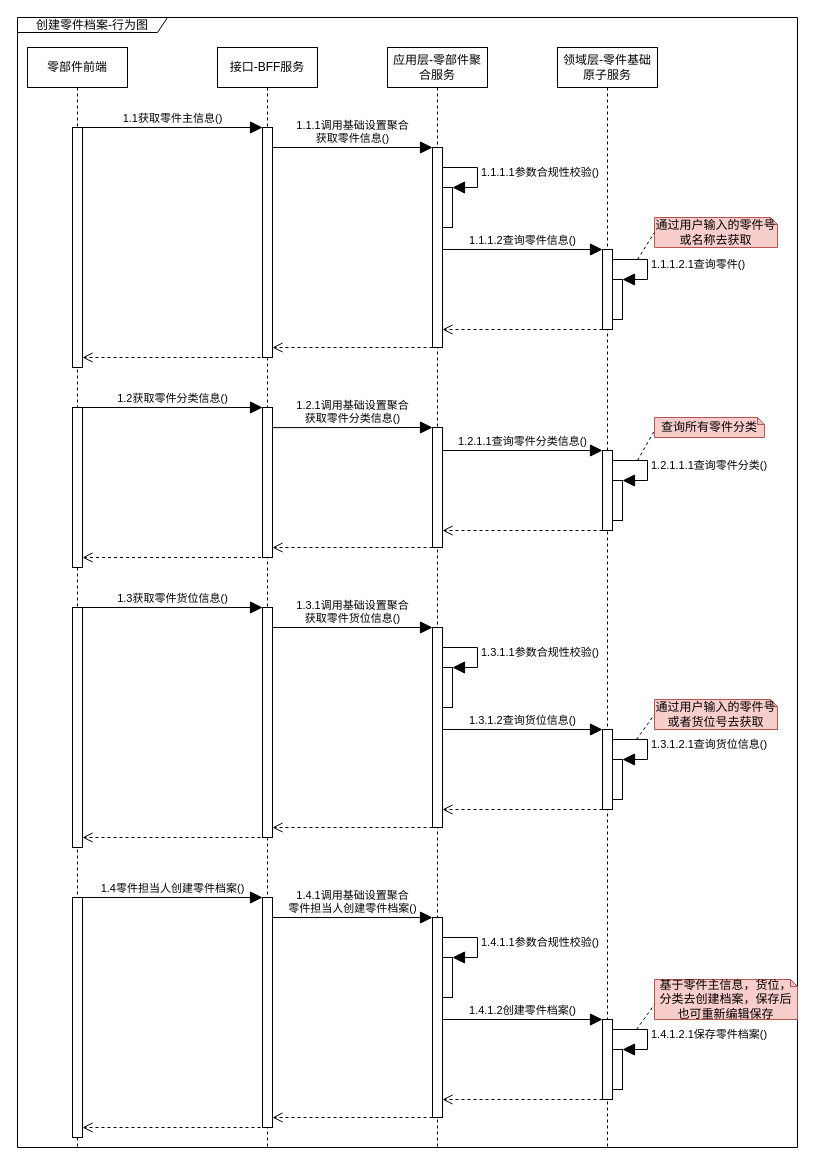
Before: page "零件档案管理-行为图" (2 of 4) of 库存管理-零件档案管理.drawio in 1132489442/gitRepository1, a draw.io diagram. Source tidied: cells renumbered, new cells numbered last; positions are measured from the earlier drawing's top-left corner, leaving out a move shared by most shapes. Both pictures are drawn from the tidied source at 100%, with x=0, y=0 at pixel (17, 17).
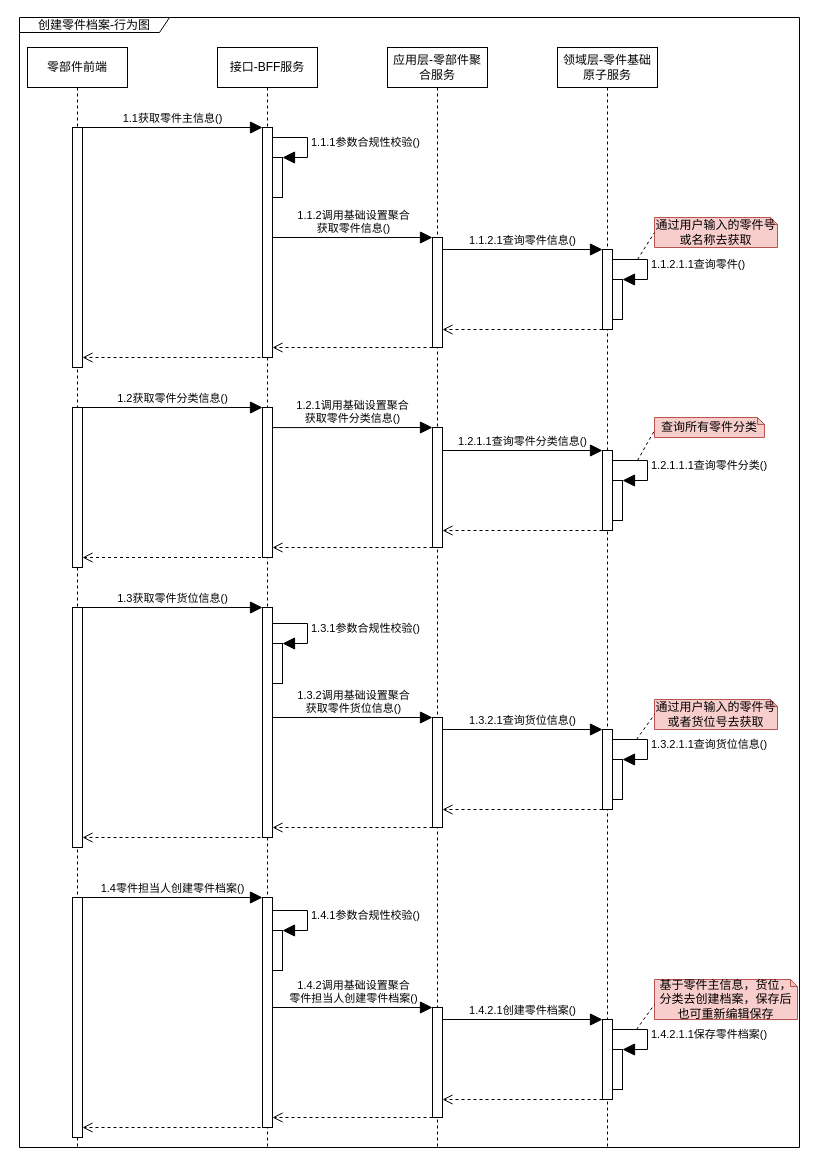
The same page after the edit.

Unchanged cells that the change refers to:
```xml
<mxCell id="5" style="html=1;points=[];perimeter=orthogonalPerimeter;fillColor=#FFFFFF;" parent="4" vertex="1">
  <mxGeometry x="45" y="80" width="10" height="230" as="geometry" />
</mxCell>
<mxCell id="8" value="领域层-零件基础原子服务" style="shape=umlLifeline;perimeter=lifelinePerimeter;whiteSpace=wrap;html=1;fillColor=#FFFFFF;" parent="1" vertex="1">
  <mxGeometry x="540" y="30" width="100" height="1100" as="geometry" />
</mxCell>
<mxCell id="9" style="html=1;points=[];perimeter=orthogonalPerimeter;fillColor=#FFFFFF;" parent="8" vertex="1">
  <mxGeometry x="45" y="202" width="10" height="80" as="geometry" />
</mxCell>
<mxCell id="10" style="html=1;points=[];perimeter=orthogonalPerimeter;fillColor=#FFFFFF;" parent="8" vertex="1">
  <mxGeometry x="55" y="232" width="10" height="40" as="geometry" />
</mxCell>
<mxCell id="12" value="应用层-零部件聚合服务" style="shape=umlLifeline;perimeter=lifelinePerimeter;whiteSpace=wrap;html=1;fillColor=#FFFFFF;" parent="1" vertex="1">
  <mxGeometry x="370" y="30" width="100" height="1100" as="geometry" />
</mxCell>
<mxCell id="35" style="html=1;points=[];perimeter=orthogonalPerimeter;fillColor=#FFFFFF;" parent="1" vertex="1">
  <mxGeometry x="245" y="590" width="10" height="230" as="geometry" />
</mxCell>
<mxCell id="37" style="html=1;points=[];perimeter=orthogonalPerimeter;fillColor=#FFFFFF;" parent="1" vertex="1">
  <mxGeometry x="585" y="712" width="10" height="80" as="geometry" />
</mxCell>
<mxCell id="38" style="html=1;points=[];perimeter=orthogonalPerimeter;fillColor=#FFFFFF;" parent="1" vertex="1">
  <mxGeometry x="595" y="742" width="10" height="40" as="geometry" />
</mxCell>
<mxCell id="50" style="html=1;points=[];perimeter=orthogonalPerimeter;fillColor=#FFFFFF;" parent="1" vertex="1">
  <mxGeometry x="245" y="880" width="10" height="230" as="geometry" />
</mxCell>
<mxCell id="52" style="html=1;points=[];perimeter=orthogonalPerimeter;fillColor=#FFFFFF;" parent="1" vertex="1">
  <mxGeometry x="585" y="1002" width="10" height="80" as="geometry" />
</mxCell>
<mxCell id="53" style="html=1;points=[];perimeter=orthogonalPerimeter;fillColor=#FFFFFF;" parent="1" vertex="1">
  <mxGeometry x="595" y="1032" width="10" height="40" as="geometry" />
</mxCell>
```

What changed in the source:
```diff
@@
     <mxCell id="7" value="创建零件档案-行为图" style="shape=umlFrame;whiteSpace=wrap;html=1;fillColor=#FFFFFF;width=150;height=15;" parent="1" vertex="1">
-      <mxGeometry width="780" height="1130" as="geometry" />
+      <mxGeometry x="2" width="780" height="1130" as="geometry" />
     </mxCell>
@@
-    <mxCell id="11" value="1.1.1.2.1查询零件()" style="edgeStyle=orthogonalEdgeStyle;html=1;align=left;spacingLeft=2;endArrow=block;rounded=0;entryX=1;entryY=0;endSize=10;exitX=0.987;exitY=0.125;exitDx=0;exitDy=0;exitPerimeter=0;" parent="8" edge="1" source="9" target="10">
+    <mxCell id="11" value="1.1.2.1.1查询零件()" style="edgeStyle=orthogonalEdgeStyle;html=1;align=left;spacingLeft=2;endArrow=block;rounded=0;entryX=1;entryY=0;endSize=10;exitX=0.987;exitY=0.125;exitDx=0;exitDy=0;exitPerimeter=0;" parent="8" edge="1" source="9" target="10">
       <mxGeometry relative="1" as="geometry">
         <Array as="points">
           <mxPoint x="90" y="212" />
           <mxPoint x="90" y="232" />
         </Array>
       </mxGeometry>
     </mxCell>
@@
     <mxCell id="13" style="html=1;points=[];perimeter=orthogonalPerimeter;fillColor=#FFFFFF;" parent="12" vertex="1">
-      <mxGeometry x="45" y="100" width="10" height="200" as="geometry" />
+      <mxGeometry x="45" y="190" width="10" height="110" as="geometry" />
     </mxCell>
-    <mxCell id="14" value="1.1.1调用基础设置聚合&lt;br&gt;获取零件信息()" style="html=1;verticalAlign=bottom;endArrow=block;rounded=0;endSize=10;exitX=1.046;exitY=0.087;exitDx=0;exitDy=0;exitPerimeter=0;" parent="12" edge="1" source="5">
+    <mxCell id="14" value="1.1.2调用基础设置聚合&lt;br&gt;获取零件信息()" style="html=1;verticalAlign=bottom;endArrow=block;rounded=0;endSize=10;exitX=1.046;exitY=0.087;exitDx=0;exitDy=0;exitPerimeter=0;" parent="12" edge="1">
       <mxGeometry relative="1" as="geometry">
-        <mxPoint x="45" y="100" as="targetPoint" />
+        <mxPoint x="-114.5" y="190" as="sourcePoint" />
+        <mxPoint x="45" y="190" as="targetPoint" />
       </mxGeometry>
     </mxCell>
     <mxCell id="15" style="html=1;points=[];perimeter=orthogonalPerimeter;fillColor=#FFFFFF;" parent="12" vertex="1">
-      <mxGeometry x="55" y="140" width="10" height="40" as="geometry" />
+      <mxGeometry x="-115" y="110" width="10" height="40" as="geometry" />
     </mxCell>
-    <mxCell id="16" value="1.1.1.1参数合规性校验()" style="edgeStyle=orthogonalEdgeStyle;html=1;align=left;spacingLeft=2;endArrow=block;rounded=0;entryX=1;entryY=0;endSize=10;exitX=1.041;exitY=0.1;exitDx=0;exitDy=0;exitPerimeter=0;" parent="12" edge="1" source="13" target="15">
+    <mxCell id="16" value="1.1.1参数合规性校验()" style="edgeStyle=orthogonalEdgeStyle;html=1;align=left;spacingLeft=2;endArrow=block;rounded=0;entryX=1;entryY=0;endSize=10;exitX=1.041;exitY=0.1;exitDx=0;exitDy=0;exitPerimeter=0;" parent="12" edge="1" target="15">
       <mxGeometry relative="1" as="geometry">
+        <mxPoint x="-114.6" y="90" as="sourcePoint" />
         <Array as="points">
-          <mxPoint x="90" y="120" />
-          <mxPoint x="90" y="140" />
+          <mxPoint x="-80" y="90" />
+          <mxPoint x="-80" y="110" />
         </Array>
       </mxGeometry>
     </mxCell>
@@
-    <mxCell id="18" value="1.1.1.2查询零件信息()" style="html=1;verticalAlign=bottom;endArrow=block;entryX=0;entryY=0;rounded=0;endSize=10;" parent="1" edge="1" target="9">
+    <mxCell id="18" value="1.1.2.1查询零件信息()" style="html=1;verticalAlign=bottom;endArrow=block;entryX=0;entryY=0;rounded=0;endSize=10;" parent="1" edge="1" target="9">
       <mxGeometry relative="1" as="geometry">
         <mxPoint x="425" y="232" as="sourcePoint" />
       </mxGeometry>
     </mxCell>
@@
-    <mxCell id="39" value="1.3.1.2.1查询货位信息()" style="edgeStyle=orthogonalEdgeStyle;html=1;align=left;spacingLeft=2;endArrow=block;rounded=0;entryX=1;entryY=0;endSize=10;exitX=0.987;exitY=0.125;exitDx=0;exitDy=0;exitPerimeter=0;" parent="1" edge="1" source="37" target="38">
+    <mxCell id="39" value="1.3.2.1.1查询货位信息()" style="edgeStyle=orthogonalEdgeStyle;html=1;align=left;spacingLeft=2;endArrow=block;rounded=0;entryX=1;entryY=0;endSize=10;exitX=0.987;exitY=0.125;exitDx=0;exitDy=0;exitPerimeter=0;" parent="1" edge="1" source="37" target="38">
       <mxGeometry relative="1" as="geometry">
         <Array as="points">
           <mxPoint x="630" y="722" />
           <mxPoint x="630" y="742" />
         </Array>
       </mxGeometry>
     </mxCell>
     <mxCell id="40" style="html=1;points=[];perimeter=orthogonalPerimeter;fillColor=#FFFFFF;" parent="1" vertex="1">
-      <mxGeometry x="415" y="610" width="10" height="200" as="geometry" />
+      <mxGeometry x="415" y="700" width="10" height="110" as="geometry" />
     </mxCell>
-    <mxCell id="41" value="1.3.1调用基础设置聚合&lt;br&gt;获取零件货位信息()" style="html=1;verticalAlign=bottom;endArrow=block;rounded=0;endSize=10;exitX=1.046;exitY=0.087;exitDx=0;exitDy=0;exitPerimeter=0;" parent="1" edge="1" source="35">
+    <mxCell id="41" value="1.3.2调用基础设置聚合&lt;br&gt;获取零件货位信息()" style="html=1;verticalAlign=bottom;endArrow=block;rounded=0;endSize=10;exitX=1.046;exitY=0.087;exitDx=0;exitDy=0;exitPerimeter=0;" parent="1" edge="1">
       <mxGeometry relative="1" as="geometry">
-        <mxPoint x="415" y="610" as="targetPoint" />
+        <mxPoint x="255.5" y="700" as="sourcePoint" />
+        <mxPoint x="415" y="700" as="targetPoint" />
       </mxGeometry>
     </mxCell>
     <mxCell id="42" style="html=1;points=[];perimeter=orthogonalPerimeter;fillColor=#FFFFFF;" parent="1" vertex="1">
-      <mxGeometry x="425" y="650" width="10" height="40" as="geometry" />
+      <mxGeometry x="255" y="626" width="10" height="40" as="geometry" />
     </mxCell>
-    <mxCell id="43" value="1.3.1.1参数合规性校验()" style="edgeStyle=orthogonalEdgeStyle;html=1;align=left;spacingLeft=2;endArrow=block;rounded=0;entryX=1;entryY=0;endSize=10;exitX=1.041;exitY=0.1;exitDx=0;exitDy=0;exitPerimeter=0;" parent="1" edge="1" source="40" target="42">
+    <mxCell id="43" value="1.3.1参数合规性校验()" style="edgeStyle=orthogonalEdgeStyle;html=1;align=left;spacingLeft=2;endArrow=block;rounded=0;entryX=1;entryY=0;endSize=10;exitX=1.041;exitY=0.1;exitDx=0;exitDy=0;exitPerimeter=0;" parent="1" edge="1" target="42">
       <mxGeometry relative="1" as="geometry">
+        <mxPoint x="255.4" y="606" as="sourcePoint" />
         <Array as="points">
-          <mxPoint x="460" y="630" />
-          <mxPoint x="460" y="650" />
+          <mxPoint x="290" y="606" />
+          <mxPoint x="290" y="626" />
         </Array>
       </mxGeometry>
     </mxCell>
@@
-    <mxCell id="45" value="1.3.1.2查询货位信息()" style="html=1;verticalAlign=bottom;endArrow=block;entryX=0;entryY=0;rounded=0;endSize=10;" parent="1" edge="1" target="37">
+    <mxCell id="45" value="1.3.2.1查询货位信息()" style="html=1;verticalAlign=bottom;endArrow=block;entryX=0;entryY=0;rounded=0;endSize=10;" parent="1" edge="1" target="37">
       <mxGeometry relative="1" as="geometry">
         <mxPoint x="425" y="712" as="sourcePoint" />
       </mxGeometry>
     </mxCell>
@@
-    <mxCell id="54" value="1.4.1.2.1保存零件档案()" style="edgeStyle=orthogonalEdgeStyle;html=1;align=left;spacingLeft=2;endArrow=block;rounded=0;entryX=1;entryY=0;endSize=10;exitX=0.987;exitY=0.125;exitDx=0;exitDy=0;exitPerimeter=0;" parent="1" edge="1" source="52" target="53">
+    <mxCell id="54" value="1.4.2.1.1保存零件档案()" style="edgeStyle=orthogonalEdgeStyle;html=1;align=left;spacingLeft=2;endArrow=block;rounded=0;entryX=1;entryY=0;endSize=10;exitX=0.987;exitY=0.125;exitDx=0;exitDy=0;exitPerimeter=0;" parent="1" edge="1" source="52" target="53">
       <mxGeometry relative="1" as="geometry">
         <Array as="points">
           <mxPoint x="630" y="1012" />
           <mxPoint x="630" y="1032" />
         </Array>
       </mxGeometry>
     </mxCell>
     <mxCell id="55" style="html=1;points=[];perimeter=orthogonalPerimeter;fillColor=#FFFFFF;" parent="1" vertex="1">
-      <mxGeometry x="415" y="900" width="10" height="200" as="geometry" />
+      <mxGeometry x="415" y="990" width="10" height="110" as="geometry" />
     </mxCell>
-    <mxCell id="56" value="1.4.1调用基础设置聚合&lt;br&gt;零件担当人创建零件档案()" style="html=1;verticalAlign=bottom;endArrow=block;rounded=0;endSize=10;exitX=1.046;exitY=0.087;exitDx=0;exitDy=0;exitPerimeter=0;" parent="1" edge="1" source="50">
+    <mxCell id="56" value="1.4.2调用基础设置聚合&lt;br&gt;零件担当人创建零件档案()" style="html=1;verticalAlign=bottom;endArrow=block;rounded=0;endSize=10;exitX=1.046;exitY=0.087;exitDx=0;exitDy=0;exitPerimeter=0;" parent="1" edge="1">
       <mxGeometry relative="1" as="geometry">
-        <mxPoint x="415" y="900" as="targetPoint" />
+        <mxPoint x="255.5" y="990" as="sourcePoint" />
+        <mxPoint x="415" y="990" as="targetPoint" />
       </mxGeometry>
     </mxCell>
     <mxCell id="57" style="html=1;points=[];perimeter=orthogonalPerimeter;fillColor=#FFFFFF;" parent="1" vertex="1">
-      <mxGeometry x="425" y="940" width="10" height="40" as="geometry" />
+      <mxGeometry x="255" y="913" width="10" height="40" as="geometry" />
     </mxCell>
-    <mxCell id="58" value="1.4.1.1参数合规性校验()" style="edgeStyle=orthogonalEdgeStyle;html=1;align=left;spacingLeft=2;endArrow=block;rounded=0;entryX=1;entryY=0;endSize=10;exitX=1.041;exitY=0.1;exitDx=0;exitDy=0;exitPerimeter=0;" parent="1" edge="1" source="55" target="57">
+    <mxCell id="58" value="1.4.1参数合规性校验()" style="edgeStyle=orthogonalEdgeStyle;html=1;align=left;spacingLeft=2;endArrow=block;rounded=0;entryX=1;entryY=0;endSize=10;exitX=1.041;exitY=0.1;exitDx=0;exitDy=0;exitPerimeter=0;" parent="1" edge="1" target="57">
       <mxGeometry relative="1" as="geometry">
+        <mxPoint x="255.4" y="893" as="sourcePoint" />
         <Array as="points">
-          <mxPoint x="460" y="920" />
-          <mxPoint x="460" y="940" />
+          <mxPoint x="290" y="893" />
+          <mxPoint x="290" y="913" />
         </Array>
       </mxGeometry>
     </mxCell>
@@
-    <mxCell id="60" value="1.4.1.2创建零件档案()" style="html=1;verticalAlign=bottom;endArrow=block;entryX=0;entryY=0;rounded=0;endSize=10;" parent="1" edge="1" target="52">
+    <mxCell id="60" value="1.4.2.1创建零件档案()" style="html=1;verticalAlign=bottom;endArrow=block;entryX=0;entryY=0;rounded=0;endSize=10;" parent="1" edge="1" target="52">
       <mxGeometry relative="1" as="geometry">
         <mxPoint x="425" y="1002" as="sourcePoint" />
       </mxGeometry>
     </mxCell>
```
